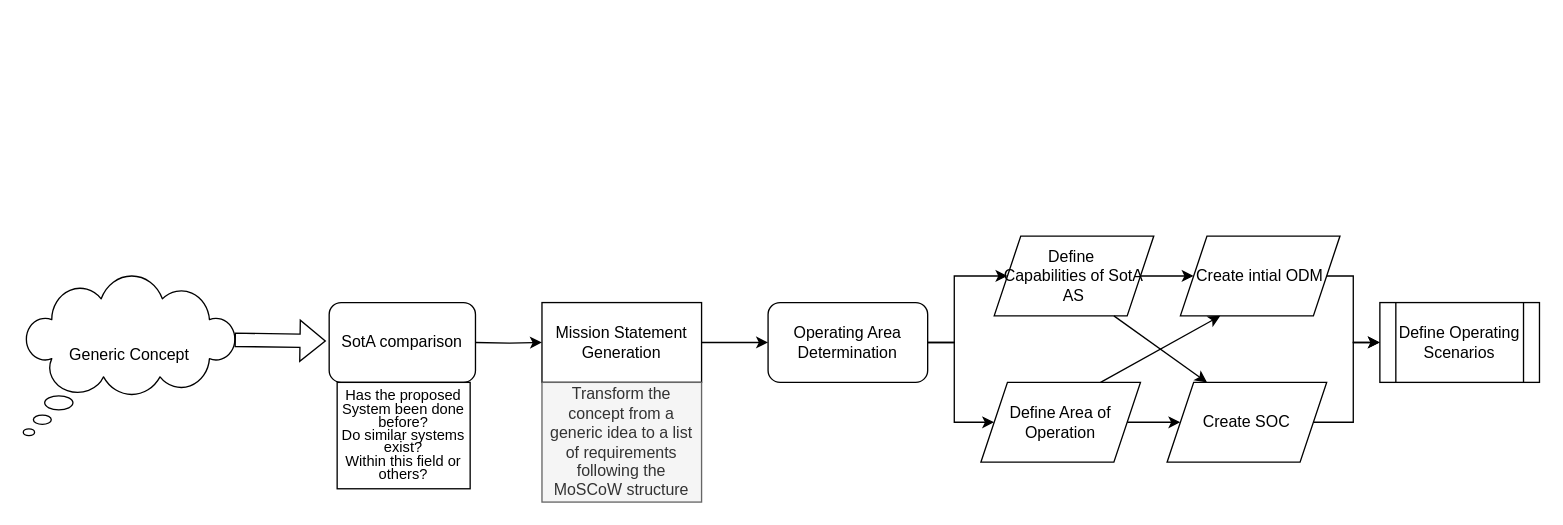
TortoiseFather/SACRED keeps this draw.io diagram as Step 1/Step-1.drawio. Above is the earlier version. Source tidied: cells renumbered, new cells numbered last; positions are measured from the earlier drawing's top-left corner, leaving out a move shared by most shapes. Both pictures are drawn from the tidied source at 133%, with x=0, y=0 at pixel (23, 235).
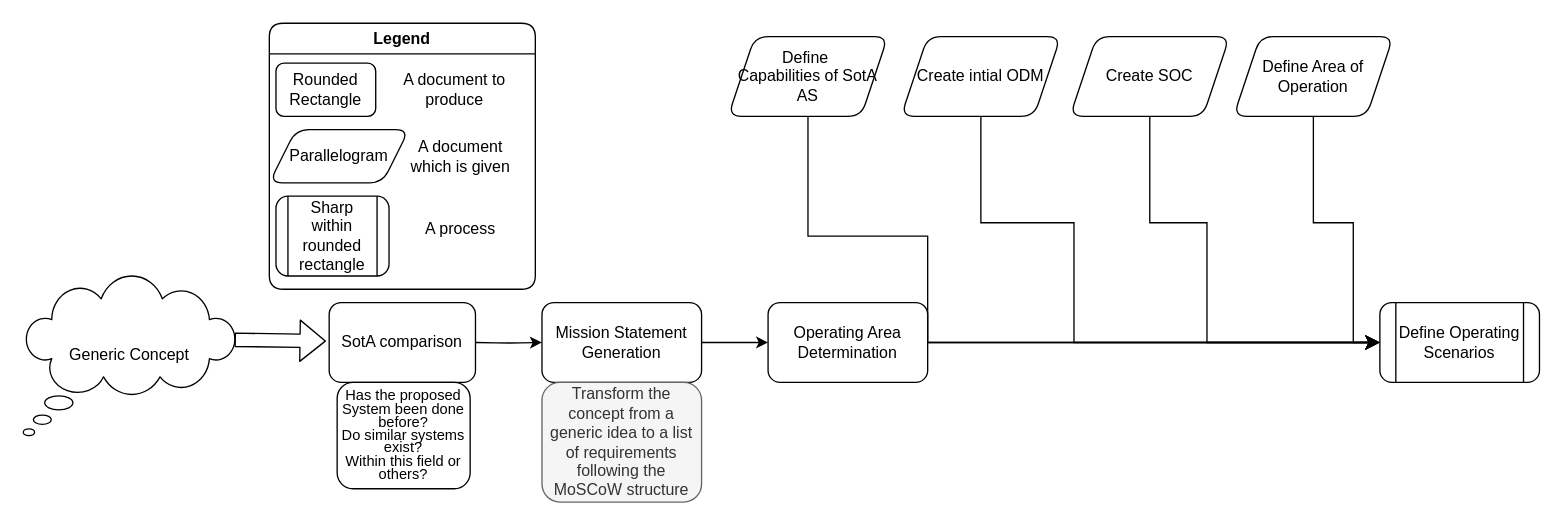
Above is the later version.

The change refers to these unchanged cells:
```xml
<mxCell id="11" value="SotA comparison" style="rounded=1;whiteSpace=wrap;html=1;" parent="1" vertex="1">
  <mxGeometry x="230" y="50" width="110" height="60" as="geometry" />
</mxCell>
<mxCell id="14" value="Operating Area Determination" style="rounded=1;whiteSpace=wrap;html=1;" parent="1" vertex="1">
  <mxGeometry x="560" y="50" width="120" height="60" as="geometry" />
</mxCell>
```

Change to the diagram source:
```diff
@@
-    <mxCell id="2" value="Generic Concept" style="whiteSpace=wrap;html=1;shape=mxgraph.basic.cloud_callout;" parent="1" vertex="1">
+    <mxCell id="2" value="Generic Concept" style="whiteSpace=wrap;html=1;shape=mxgraph.basic.cloud_callout;rounded=1;" parent="1" vertex="1">
       <mxGeometry y="30" width="160" height="120" as="geometry" />
     </mxCell>
-    <mxCell id="3" style="shape=flexArrow;endArrow=classic;html=1;rounded=0;exitX=0.993;exitY=0.4;exitDx=0;exitDy=0;exitPerimeter=0;entryX=-0.022;entryY=0.483;entryDx=0;entryDy=0;entryPerimeter=0;" parent="1" edge="1" source="2" target="11">
+    <mxCell id="3" style="shape=flexArrow;endArrow=classic;html=1;rounded=1;exitX=0.993;exitY=0.4;exitDx=0;exitDy=0;exitPerimeter=0;entryX=-0.022;entryY=0.483;entryDx=0;entryDy=0;entryPerimeter=0;" parent="1" edge="1" source="2" target="11">
       <mxGeometry relative="1" as="geometry" />
     </mxCell>
-    <mxCell id="4" style="edgeStyle=orthogonalEdgeStyle;rounded=0;jettySize=auto;html=1;" parent="1" edge="1" target="6">
+    <mxCell id="4" style="edgeStyle=orthogonalEdgeStyle;rounded=1;jettySize=auto;html=1;" parent="1" edge="1" target="6">
       <mxGeometry relative="1" as="geometry">
         <mxPoint x="340" y="80" as="sourcePoint" />
       </mxGeometry>
     </mxCell>
-    <mxCell id="5" style="edgeStyle=orthogonalEdgeStyle;rounded=0;jettySize=auto;html=1;" parent="1" edge="1" source="6">
+    <mxCell id="5" style="edgeStyle=orthogonalEdgeStyle;rounded=1;jettySize=auto;html=1;" parent="1" edge="1" source="6">
       <mxGeometry relative="1" as="geometry">
         <mxPoint x="560" y="80" as="targetPoint" />
       </mxGeometry>
     </mxCell>
-    <mxCell id="6" value="Mission Statement Generation" style="whiteSpace=wrap;html=1;" parent="1" vertex="1">
+    <mxCell id="6" value="Mission Statement Generation" style="whiteSpace=wrap;html=1;rounded=1;" parent="1" vertex="1">
       <mxGeometry x="390" y="50" width="120" height="60" as="geometry" />
     </mxCell>
-    <mxCell id="7" value="Transform the concept from a generic idea to a list of requirements following the MoSCoW structure" style="text;html=1;strokeColor=#666666;fillColor=#f5f5f5;align=center;verticalAlign=middle;whiteSpace=wrap;rounded=0;fontColor=#333333;" parent="1" vertex="1">
+    <mxCell id="7" value="Transform the concept from a generic idea to a list of requirements following the MoSCoW structure" style="text;html=1;strokeColor=#666666;fillColor=#f5f5f5;align=center;verticalAlign=middle;whiteSpace=wrap;rounded=1;fontColor=#333333;" parent="1" vertex="1">
       <mxGeometry x="390" y="110" width="120" height="90" as="geometry" />
     </mxCell>
-    <mxCell id="8" style="edgeStyle=orthogonalEdgeStyle;rounded=0;jettySize=auto;html=1;entryX=0;entryY=0.5;entryDx=0;entryDy=0;exitX=1;exitY=0.5;exitDx=0;exitDy=0;" parent="1" edge="1" source="14" target="10">
-      <mxGeometry relative="1" as="geometry">
-        <Array as="points">
-          <mxPoint x="700" y="80" />
-          <mxPoint x="700" y="30" />
-        </Array>
-      </mxGeometry>
-    </mxCell>
-    <mxCell id="9" style="edgeStyle=orthogonalEdgeStyle;rounded=0;jettySize=auto;html=1;" parent="1" edge="1" source="10" target="19">
-      <mxGeometry relative="1" as="geometry" />
-    </mxCell>
+    <mxCell id="24" style="edgeStyle=none;curved=0;rounded=0;jettySize=auto;html=1;entryX=0;entryY=0.5;entryDx=0;entryDy=0;fontSize=12;startSize=8;endSize=8;" parent="1" edge="1" source="10" target="17">
+      <mxGeometry relative="1" as="geometry">
+        <Array as="points">
+          <mxPoint x="590" />
+          <mxPoint x="680" />
+          <mxPoint x="680" y="80" />
+        </Array>
+      </mxGeometry>
+    </mxCell>
-    <mxCell id="10" value="&lt;div&gt;Define&amp;nbsp;&lt;/div&gt;&lt;div&gt;Capabilities of SotA AS&lt;/div&gt;" style="shape=parallelogram;perimeter=parallelogramPerimeter;whiteSpace=wrap;html=1;fixedSize=1;" parent="1" vertex="1">
-      <mxGeometry x="730" width="120" height="60" as="geometry" />
+    <mxCell id="10" value="&lt;div&gt;Define&amp;nbsp;&lt;/div&gt;&lt;div&gt;Capabilities of SotA AS&lt;/div&gt;" style="shape=parallelogram;perimeter=parallelogramPerimeter;whiteSpace=wrap;html=1;fixedSize=1;rounded=1;" parent="1" vertex="1">
+      <mxGeometry x="530" y="-150" width="120" height="60" as="geometry" />
     </mxCell>
@@
-    <mxCell id="12" value="&lt;div style=&quot;font-size: 11px; line-height: 90%;&quot;&gt;&lt;font style=&quot;font-size: 11px;&quot;&gt;Has the proposed System been done before?&lt;/font&gt;&lt;/div&gt;&lt;div style=&quot;font-size: 11px; line-height: 90%;&quot;&gt;&lt;font style=&quot;font-size: 11px;&quot;&gt;Do similar systems exist?&lt;/font&gt;&lt;/div&gt;&lt;div style=&quot;font-size: 11px; line-height: 90%;&quot;&gt;&lt;font style=&quot;font-size: 11px;&quot;&gt;Within this field or others?&lt;br&gt;&lt;/font&gt;&lt;/div&gt;" style="rounded=0;whiteSpace=wrap;html=1;" parent="1" vertex="1">
+    <mxCell id="12" value="&lt;div style=&quot;font-size: 11px; line-height: 90%;&quot;&gt;&lt;font style=&quot;font-size: 11px;&quot;&gt;Has the proposed System been done before?&lt;/font&gt;&lt;/div&gt;&lt;div style=&quot;font-size: 11px; line-height: 90%;&quot;&gt;&lt;font style=&quot;font-size: 11px;&quot;&gt;Do similar systems exist?&lt;/font&gt;&lt;/div&gt;&lt;div style=&quot;font-size: 11px; line-height: 90%;&quot;&gt;&lt;font style=&quot;font-size: 11px;&quot;&gt;Within this field or others?&lt;br&gt;&lt;/font&gt;&lt;/div&gt;" style="rounded=1;whiteSpace=wrap;html=1;" parent="1" vertex="1">
       <mxGeometry x="236" y="110" width="100" height="80" as="geometry" />
     </mxCell>
-    <mxCell id="13" style="edgeStyle=orthogonalEdgeStyle;rounded=0;jettySize=auto;html=1;" parent="1" edge="1" source="14" target="16">
-      <mxGeometry relative="1" as="geometry" />
-    </mxCell>
+    <mxCell id="25" style="edgeStyle=none;curved=1;rounded=1;jettySize=auto;html=1;entryX=0;entryY=0.5;entryDx=0;entryDy=0;fontSize=12;startSize=8;endSize=8;" parent="1" edge="1" source="14" target="17">
+      <mxGeometry relative="1" as="geometry" />
+    </mxCell>
@@
-    <mxCell id="15" style="edgeStyle=orthogonalEdgeStyle;rounded=0;jettySize=auto;html=1;" parent="1" edge="1" source="16" target="21">
-      <mxGeometry relative="1" as="geometry" />
-    </mxCell>
+    <mxCell id="26" style="edgeStyle=none;curved=0;rounded=0;jettySize=auto;html=1;entryX=0;entryY=0.5;entryDx=0;entryDy=0;fontSize=12;startSize=8;endSize=8;" parent="1" edge="1" source="16" target="17">
+      <mxGeometry relative="1" as="geometry">
+        <Array as="points">
+          <mxPoint x="970" y="-10" />
+          <mxPoint x="1000" y="-10" />
+          <mxPoint x="1000" y="80" />
+        </Array>
+      </mxGeometry>
+    </mxCell>
-    <mxCell id="16" value="Define Area of Operation" style="shape=parallelogram;perimeter=parallelogramPerimeter;whiteSpace=wrap;html=1;fixedSize=1;" parent="1" vertex="1">
-      <mxGeometry x="720" y="110" width="120" height="60" as="geometry" />
+    <mxCell id="16" value="Define Area of Operation" style="shape=parallelogram;perimeter=parallelogramPerimeter;whiteSpace=wrap;html=1;fixedSize=1;rounded=1;" parent="1" vertex="1">
+      <mxGeometry x="910" y="-150" width="120" height="60" as="geometry" />
     </mxCell>
-    <mxCell id="17" value="Define Operating Scenarios" style="shape=process;whiteSpace=wrap;html=1;backgroundOutline=1;" parent="1" vertex="1">
+    <mxCell id="17" value="Define Operating Scenarios" style="shape=process;whiteSpace=wrap;html=1;backgroundOutline=1;rounded=1;" parent="1" vertex="1">
       <mxGeometry x="1020" y="50" width="120" height="60" as="geometry" />
     </mxCell>
-    <mxCell id="18" style="edgeStyle=orthogonalEdgeStyle;rounded=0;jettySize=auto;html=1;" parent="1" edge="1" source="19" target="17">
-      <mxGeometry relative="1" as="geometry">
-        <Array as="points">
-          <mxPoint x="1000" y="30" />
-          <mxPoint x="1000" y="80" />
-        </Array>
-      </mxGeometry>
-    </mxCell>
-    <mxCell id="19" value="Create intial ODM" style="shape=parallelogram;perimeter=parallelogramPerimeter;whiteSpace=wrap;html=1;fixedSize=1;" parent="1" vertex="1">
-      <mxGeometry x="870" width="120" height="60" as="geometry" />
+    <mxCell id="19" value="Create intial ODM" style="shape=parallelogram;perimeter=parallelogramPerimeter;whiteSpace=wrap;html=1;fixedSize=1;rounded=1;" parent="1" vertex="1">
+      <mxGeometry x="660" y="-150" width="120" height="60" as="geometry" />
     </mxCell>
-    <mxCell id="20" style="edgeStyle=orthogonalEdgeStyle;rounded=0;jettySize=auto;html=1;" parent="1" edge="1" source="21" target="17">
-      <mxGeometry relative="1" as="geometry" />
+    <mxCell id="20" style="edgeStyle=none;curved=0;rounded=0;jettySize=auto;html=1;exitX=0.5;exitY=1;exitDx=0;exitDy=0;entryX=0;entryY=0.5;entryDx=0;entryDy=0;fontSize=12;startSize=8;endSize=8;" parent="1" edge="1" source="21" target="17">
+      <mxGeometry relative="1" as="geometry">
+        <Array as="points">
+          <mxPoint x="847" y="-10" />
+          <mxPoint x="890" y="-10" />
+          <mxPoint x="890" y="80" />
+        </Array>
+      </mxGeometry>
     </mxCell>
-    <mxCell id="21" value="Create SOC" style="shape=parallelogram;perimeter=parallelogramPerimeter;whiteSpace=wrap;html=1;fixedSize=1;" parent="1" vertex="1">
-      <mxGeometry x="860" y="110" width="120" height="60" as="geometry" />
+    <mxCell id="21" value="Create SOC" style="shape=parallelogram;perimeter=parallelogramPerimeter;whiteSpace=wrap;html=1;fixedSize=1;rounded=1;" parent="1" vertex="1">
+      <mxGeometry x="787" y="-150" width="120" height="60" as="geometry" />
     </mxCell>
-    <mxCell id="22" style="endArrow=classic;html=1;rounded=0;exitX=0.75;exitY=1;exitDx=0;exitDy=0;entryX=0.25;entryY=0;entryDx=0;entryDy=0;" parent="1" edge="1" source="10" target="21">
-      <mxGeometry relative="1" as="geometry" />
-    </mxCell>
-    <mxCell id="23" style="endArrow=classic;html=1;rounded=0;exitX=0.75;exitY=0;exitDx=0;exitDy=0;entryX=0.25;entryY=1;entryDx=0;entryDy=0;" parent="1" edge="1" source="16" target="19">
-      <mxGeometry relative="1" as="geometry" />
-    </mxCell>
+    <mxCell id="18" style="endArrow=classic;html=1;rounded=0;fontSize=12;startSize=8;endSize=8;curved=0;exitX=0.5;exitY=1;exitDx=0;exitDy=0;entryX=0;entryY=0.5;entryDx=0;entryDy=0;" parent="1" edge="1" source="19" target="17">
+      <mxGeometry relative="1" as="geometry">
+        <Array as="points">
+          <mxPoint x="720" y="-10" />
+          <mxPoint x="790" y="-10" />
+          <mxPoint x="790" y="80" />
+        </Array>
+      </mxGeometry>
+    </mxCell>
+    <mxCell id="27" value="Legend" style="swimlane;whiteSpace=wrap;html=1;rounded=1;" parent="1" vertex="1">
+      <mxGeometry x="185" y="-160" width="200" height="200" as="geometry" />
+    </mxCell>
+    <mxCell id="28" value="Rounded Rectangle" style="rounded=1;whiteSpace=wrap;html=1;" parent="27" vertex="1">
+      <mxGeometry x="5" y="30" width="75" height="40" as="geometry" />
+    </mxCell>
+    <mxCell id="29" value="A document to produce" style="text;html=1;align=center;verticalAlign=middle;whiteSpace=wrap;rounded=0;" parent="27" vertex="1">
+      <mxGeometry x="90" y="35" width="99" height="30" as="geometry" />
+    </mxCell>
+    <mxCell id="30" value="Parallelogram" style="shape=parallelogram;perimeter=parallelogramPerimeter;whiteSpace=wrap;html=1;fixedSize=1;rounded=1;" parent="27" vertex="1">
+      <mxGeometry y="80" width="105" height="40" as="geometry" />
+    </mxCell>
+    <mxCell id="31" value="A document which is given" style="text;html=1;align=center;verticalAlign=middle;whiteSpace=wrap;rounded=0;" parent="27" vertex="1">
+      <mxGeometry x="99" y="85" width="90" height="30" as="geometry" />
+    </mxCell>
+    <mxCell id="32" value="Sharp within rounded rectangle" style="shape=process;whiteSpace=wrap;html=1;backgroundOutline=1;rounded=1;" parent="27" vertex="1">
+      <mxGeometry x="5" y="130" width="85" height="60" as="geometry" />
+    </mxCell>
+    <mxCell id="33" value="A process" style="text;html=1;align=center;verticalAlign=middle;whiteSpace=wrap;rounded=0;" parent="27" vertex="1">
+      <mxGeometry x="114" y="140" width="60" height="30" as="geometry" />
+    </mxCell>
```
